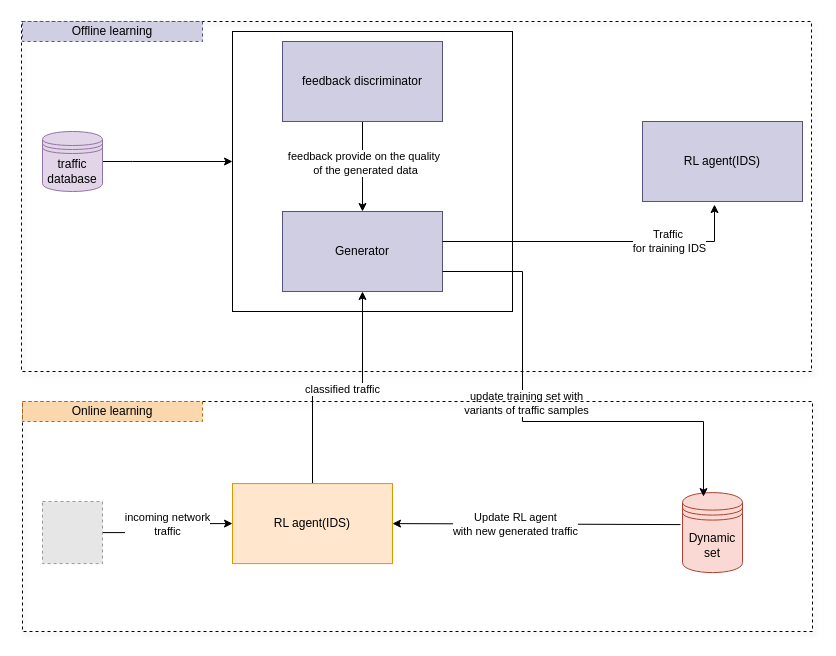
elgenio123/diagrams keeps this draw.io diagram as overall_architecture.drawio. Above is the earlier version. Source tidied: cells renumbered, new cells numbered last; positions are measured from the earlier drawing's top-left corner, leaving out a move shared by most shapes. Both pictures are drawn from the tidied source at 100%, with x=0, y=0 at pixel (21, 21). Pictures stored in the file or linked from it are replaced by grey dashed boxes.
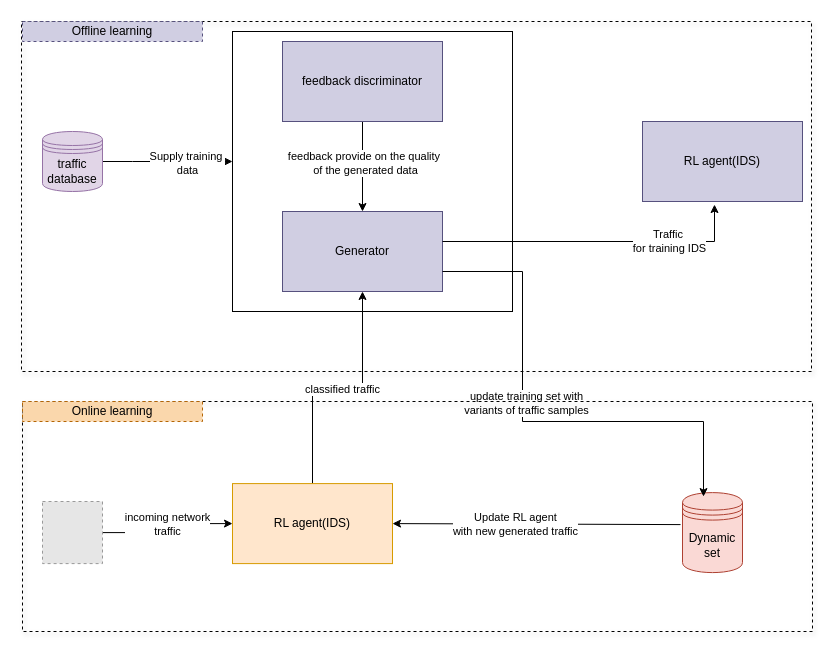
Above is the later version.

Commit message:
Mettre à jour overall_architecture.drawio

The change refers to these unchanged cells:
```xml
<mxCell id="2" style="edgeStyle=orthogonalEdgeStyle;rounded=0;jettySize=auto;html=1;" parent="1" edge="1" source="3" target="15">
  <mxGeometry relative="1" as="geometry">
    <Array as="points">
      <mxPoint x="111" y="140" />
      <mxPoint x="111" y="140" />
    </Array>
  </mxGeometry>
</mxCell>
```

Change to the diagram source:
```diff
@@
+    <mxCell id="27" value="Supply training&amp;nbsp;&lt;div&gt;data&lt;/div&gt;" style="edgeLabel;html=1;align=center;verticalAlign=middle;" parent="2" vertex="1">
+      <mxGeometry x="0.29" y="-1" relative="1" as="geometry" />
+    </mxCell>
```
